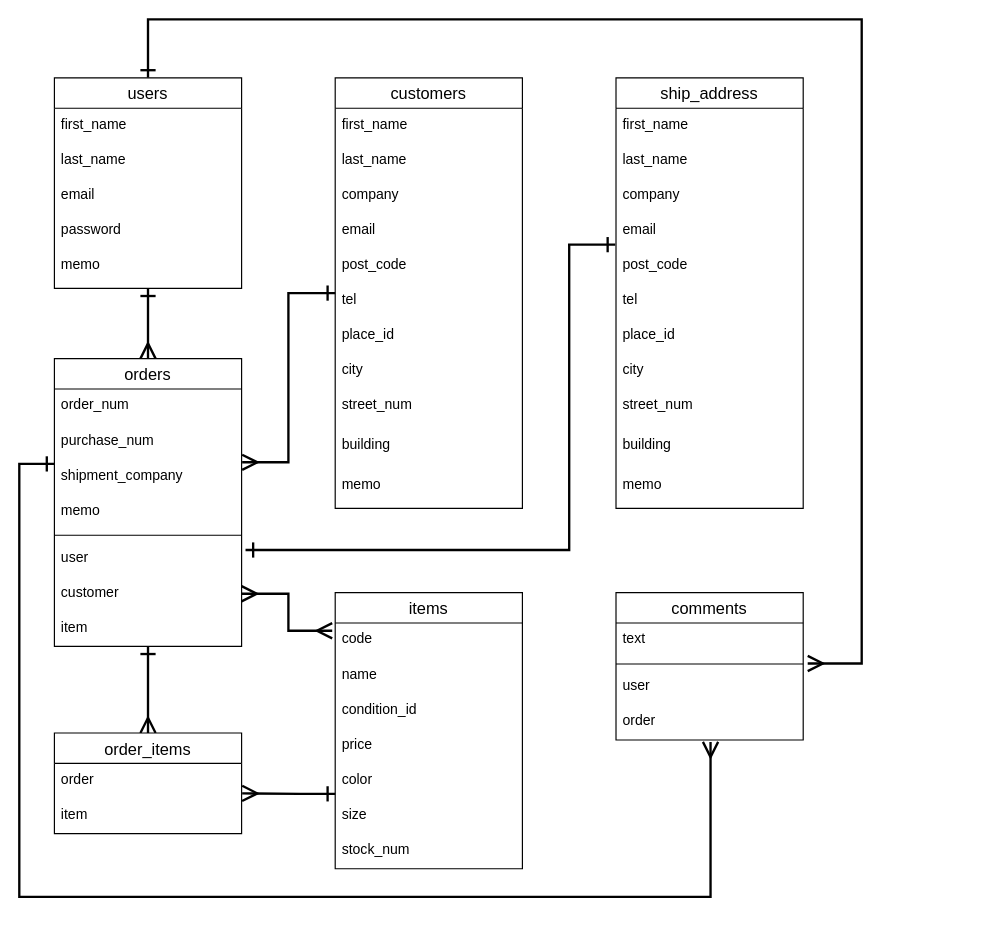
Above: ER.dio in yamamo1984/ds_order_management_ver1 (draw.io), before the change. Source tidied: cells renumbered, new cells numbered last; positions are measured from the earlier drawing's top-left corner, leaving out a move shared by most shapes. Both pictures are drawn from the tidied source at 117%, with x=0, y=0 at pixel (19, 19).
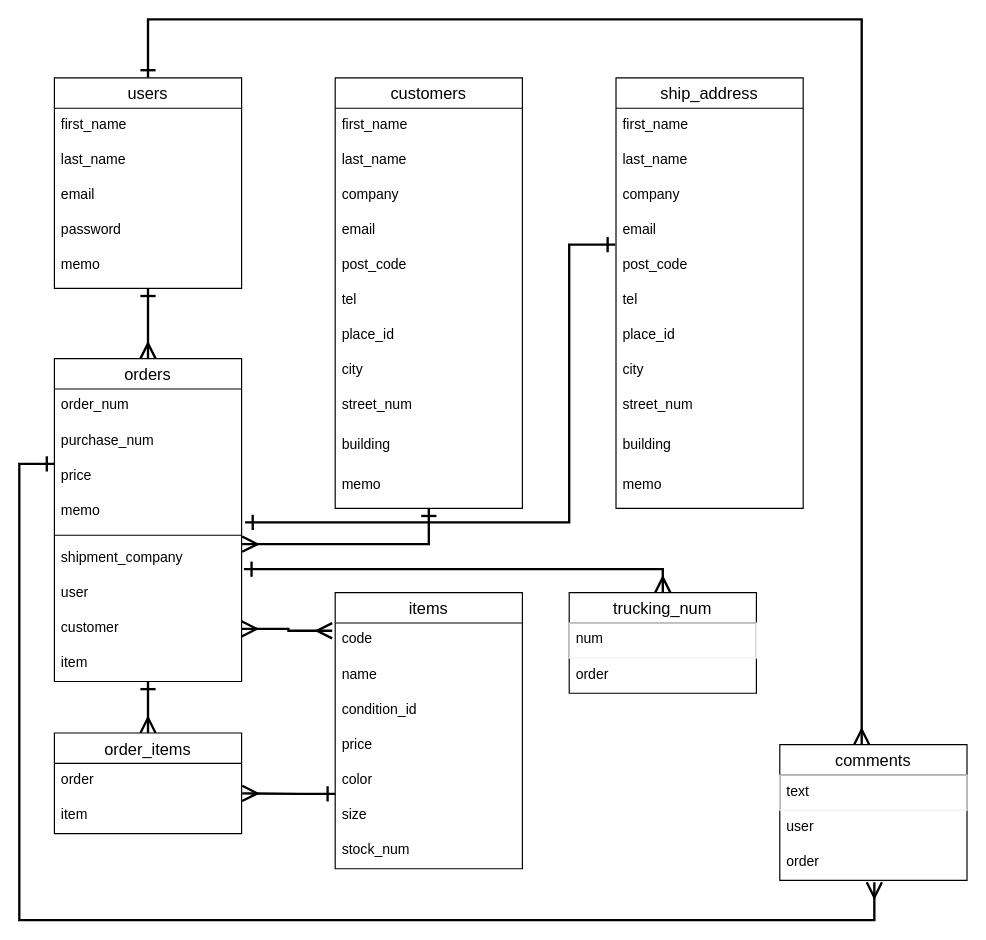
After the change.

Unchanged cells that the change refers to:
```xml
<mxCell id="4" value="users" style="swimlane;fontStyle=0;horizontal=1;startSize=26;align=center;fontSize=14;" parent="1" vertex="1">
  <mxGeometry x="30" y="50" width="160" height="180" as="geometry" />
</mxCell>
<mxCell id="38" value="email" style="text;strokeColor=none;fillColor=none;spacingLeft=4;spacingRight=4;overflow=hidden;points=[[0,0.5],[1,0.5]];portConstraint=eastwest;fontSize=12;" parent="34" vertex="1">
  <mxGeometry y="116" width="160" height="30" as="geometry" />
</mxCell>
```

The edit, as a diff of the source:
```diff
@@
-    <mxCell id="3" style="edgeStyle=orthogonalEdgeStyle;rounded=0;jumpSize=6;jettySize=auto;html=1;entryX=1.024;entryY=1.153;entryDx=0;entryDy=0;entryPerimeter=0;startArrow=ERone;startFill=0;startSize=10;endArrow=ERmany;endFill=0;endSize=10;strokeWidth=2;" parent="1" edge="1" source="4" target="56">
+    <mxCell id="3" style="edgeStyle=orthogonalEdgeStyle;rounded=0;jumpSize=6;jettySize=auto;html=1;startArrow=ERone;startFill=0;startSize=10;endArrow=ERmany;endFill=0;endSize=10;strokeWidth=2;" parent="1" edge="1" source="4" target="55">
       <mxGeometry relative="1" as="geometry">
         <Array as="points">
           <mxPoint x="110" />
           <mxPoint x="720" />
-          <mxPoint x="720" y="551" />
         </Array>
       </mxGeometry>
     </mxCell>
@@
     <mxCell id="10" style="edgeStyle=orthogonalEdgeStyle;rounded=0;jumpSize=6;jettySize=auto;html=1;entryX=0.505;entryY=1.053;entryDx=0;entryDy=0;entryPerimeter=0;startArrow=ERone;startFill=0;startSize=10;endArrow=ERmany;endFill=0;endSize=10;strokeWidth=2;" parent="1" edge="1" source="12" target="59">
       <mxGeometry relative="1" as="geometry">
         <Array as="points">
           <mxPoint y="380" />
-          <mxPoint y="750" />
-          <mxPoint x="591" y="750" />
+          <mxPoint y="770" />
+          <mxPoint x="731" y="770" />
         </Array>
       </mxGeometry>
     </mxCell>
@@
     <mxCell id="12" value="orders" style="swimlane;fontStyle=0;horizontal=1;startSize=26;align=center;fontSize=14;" parent="1" vertex="1">
-      <mxGeometry x="30" y="290" width="160" height="246" as="geometry" />
+      <mxGeometry x="30" y="290" width="160" height="276" as="geometry" />
     </mxCell>
@@
-    <mxCell id="15" value="shipment_company" style="text;strokeColor=none;fillColor=none;spacingLeft=4;spacingRight=4;overflow=hidden;points=[[0,0.5],[1,0.5]];portConstraint=eastwest;fontSize=12;" parent="12" vertex="1">
-      <mxGeometry y="86" width="160" height="30" as="geometry" />
-    </mxCell>
+    <mxCell id="65" value="price" style="text;strokeColor=none;fillColor=none;spacingLeft=4;spacingRight=4;overflow=hidden;fontSize=12;" parent="12" vertex="1">
+      <mxGeometry y="86" width="160" height="30" as="geometry" />
+    </mxCell>
@@
+    <mxCell id="15" value="shipment_company" style="text;strokeColor=none;fillColor=none;spacingLeft=4;spacingRight=4;overflow=hidden;points=[[0,0.5],[1,0.5]];portConstraint=eastwest;fontSize=12;" parent="12" vertex="1">
+      <mxGeometry y="156" width="160" height="30" as="geometry" />
+    </mxCell>
     <mxCell id="18" value="user" style="text;strokeColor=none;fillColor=none;spacingLeft=4;spacingRight=4;overflow=hidden;points=[[0,0.5],[1,0.5]];portConstraint=eastwest;fontSize=12;" parent="12" vertex="1">
-      <mxGeometry y="156" width="160" height="30" as="geometry" />
+      <mxGeometry y="186" width="160" height="30" as="geometry" />
     </mxCell>
     <mxCell id="19" value="customer" style="text;strokeColor=none;fillColor=none;spacingLeft=4;spacingRight=4;overflow=hidden;points=[[0,0.5],[1,0.5]];portConstraint=eastwest;fontSize=12;" parent="12" vertex="1">
-      <mxGeometry y="186" width="160" height="30" as="geometry" />
+      <mxGeometry y="216" width="160" height="30" as="geometry" />
     </mxCell>
     <mxCell id="20" value="item" style="text;strokeColor=none;fillColor=none;spacingLeft=4;spacingRight=4;overflow=hidden;fontSize=12;" parent="12" vertex="1">
-      <mxGeometry y="216" width="160" height="30" as="geometry" />
+      <mxGeometry y="246" width="160" height="30" as="geometry" />
     </mxCell>
@@
     <mxCell id="55" value="comments" style="swimlane;fontStyle=0;horizontal=1;startSize=26;align=center;fontSize=14;" parent="1" vertex="1">
-      <mxGeometry x="510" y="490" width="160" height="126" as="geometry" />
+      <mxGeometry x="650" y="620" width="160" height="116" as="geometry" />
     </mxCell>
-    <mxCell id="56" value="text" style="text;strokeColor=none;fillColor=none;spacingLeft=4;spacingRight=4;overflow=hidden;points=[[0,0.5],[1,0.5]];portConstraint=eastwest;fontSize=12;" parent="55" vertex="1">
+    <mxCell id="56" value="text" style="text;fillColor=none;spacingLeft=4;spacingRight=4;overflow=hidden;points=[[0,0.5],[1,0.5]];portConstraint=eastwest;fontSize=12;strokeColor=#f0f0f0;" parent="55" vertex="1">
       <mxGeometry y="26" width="160" height="30" as="geometry" />
     </mxCell>
-    <mxCell id="57" style="line;strokeWidth=1;dashed=0;labelPosition=right;align=left;verticalAlign=middle;spacingTop=0;spacingLeft=6;" parent="55" vertex="1">
-      <mxGeometry y="56" width="160" height="10" as="geometry" />
-    </mxCell>
     <mxCell id="58" value="user" style="text;strokeColor=none;fillColor=none;spacingLeft=4;spacingRight=4;overflow=hidden;fontSize=12;" parent="55" vertex="1">
-      <mxGeometry y="66" width="160" height="30" as="geometry" />
+      <mxGeometry y="56" width="160" height="30" as="geometry" />
     </mxCell>
     <mxCell id="59" value="order" style="text;strokeColor=none;fillColor=none;spacingLeft=4;spacingRight=4;overflow=hidden;points=[[0,0.5],[1,0.5]];portConstraint=eastwest;fontSize=12;" parent="55" vertex="1">
-      <mxGeometry y="96" width="160" height="30" as="geometry" />
+      <mxGeometry y="86" width="160" height="30" as="geometry" />
     </mxCell>
@@
-    <mxCell id="63" style="edgeStyle=orthogonalEdgeStyle;rounded=0;jumpSize=6;jettySize=auto;html=1;startArrow=ERone;startFill=0;startSize=10;endArrow=ERone;endFill=0;endSize=10;strokeWidth=2;exitX=1.021;exitY=0.253;exitDx=0;exitDy=0;exitPerimeter=0;entryX=-0.004;entryY=0.887;entryDx=0;entryDy=0;entryPerimeter=0;" parent="1" edge="1" source="18" target="38">
+    <mxCell id="63" style="edgeStyle=orthogonalEdgeStyle;rounded=0;jumpSize=6;jettySize=auto;html=1;startArrow=ERone;startFill=0;startSize=10;endArrow=ERone;endFill=0;endSize=10;strokeWidth=2;entryX=-0.004;entryY=0.887;entryDx=0;entryDy=0;entryPerimeter=0;" parent="1" edge="1" target="38">
       <mxGeometry relative="1" as="geometry">
+        <mxPoint x="193" y="430" as="sourcePoint" />
         <Array as="points">
-          <mxPoint x="470" y="454" />
+          <mxPoint x="193" y="430" />
+          <mxPoint x="470" y="430" />
           <mxPoint x="470" y="193" />
         </Array>
       </mxGeometry>
     </mxCell>
@@
+    <mxCell id="66" style="edgeStyle=orthogonalEdgeStyle;rounded=0;jettySize=auto;html=1;endArrow=ERone;endFill=0;startArrow=ERmany;startFill=0;strokeWidth=2;jumpSize=6;endSize=10;startSize=10;" parent="1" edge="1" source="67">
+      <mxGeometry relative="1" as="geometry">
+        <mxPoint x="192" y="470" as="targetPoint" />
+        <Array as="points">
+          <mxPoint x="550" y="470" />
+          <mxPoint x="192" y="470" />
+        </Array>
+      </mxGeometry>
+    </mxCell>
+    <mxCell id="67" value="trucking_num" style="swimlane;fontStyle=0;horizontal=1;startSize=26;align=center;fontSize=14;" parent="1" vertex="1">
+      <mxGeometry x="470" y="490" width="160" height="86" as="geometry" />
+    </mxCell>
+    <mxCell id="68" value="num" style="text;fillColor=none;spacingLeft=4;spacingRight=4;overflow=hidden;fontSize=12;strokeColor=#f0f0f0;" parent="67" vertex="1">
+      <mxGeometry y="26" width="160" height="30" as="geometry" />
+    </mxCell>
+    <mxCell id="69" value="order&#10;" style="text;strokeColor=none;fillColor=none;spacingLeft=4;spacingRight=4;overflow=hidden;fontSize=12;" parent="67" vertex="1">
+      <mxGeometry y="56" width="160" height="30" as="geometry" />
+    </mxCell>
```
